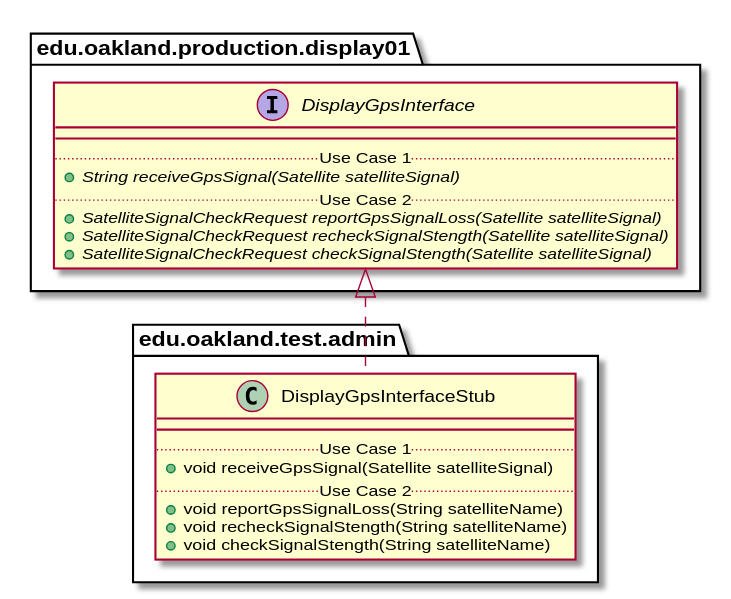
andrewdimmer/csi-3370-software-project keeps this PlantUML diagram as docs/uml-class-diagrams/admin/test/DisplayGpsInterfaceStub/DisplayGpsInterfaceStub_DirectDependencies.svg. Above is the earlier version.
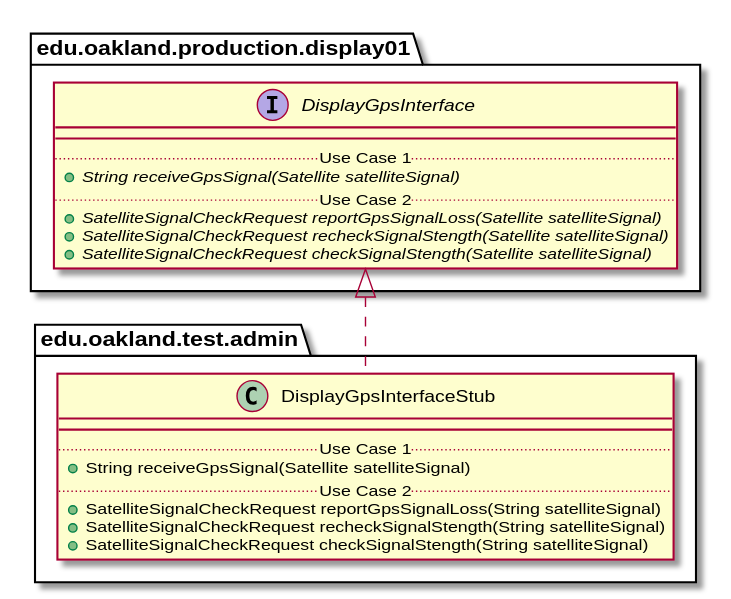
After the change.

The edit, as a diff of the source:
```diff
@@ -5,11 +5,11 @@
     class DisplayGpsInterfaceStub {
         __
         .. Use Case 1 ..
-        + void receiveGpsSignal(Satellite satelliteSignal)
+        + String receiveGpsSignal(Satellite satelliteSignal)
         .. Use Case 2 ..
-        + void reportGpsSignalLoss(String satelliteName)
-        + void recheckSignalStength(String satelliteName)
-        + void checkSignalStength(String satelliteName)
+        + SatelliteSignalCheckRequest reportGpsSignalLoss(String satelliteSignal)
+        + SatelliteSignalCheckRequest recheckSignalStength(String satelliteSignal)
+        + SatelliteSignalCheckRequest checkSignalStength(String satelliteSignal)
     }
 }
 
```
